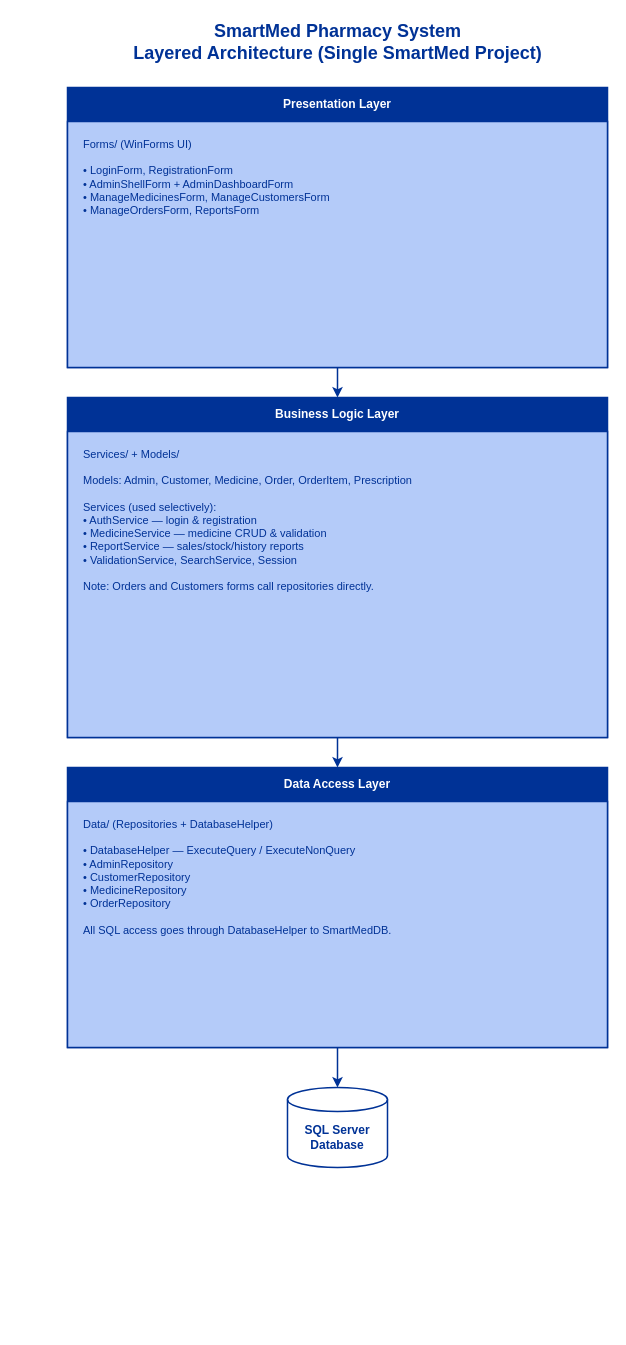
MNSBaanu/SmartMed keeps this draw.io diagram as Docs/Diagrams/Architecture.drawio. Above is the earlier version. Source tidied: cells renumbered, new cells numbered last; positions are measured from the earlier drawing's top-left corner, leaving out a move shared by most shapes. Both pictures are drawn from the tidied source at 100%, with x=0, y=0 at pixel (67, 17).
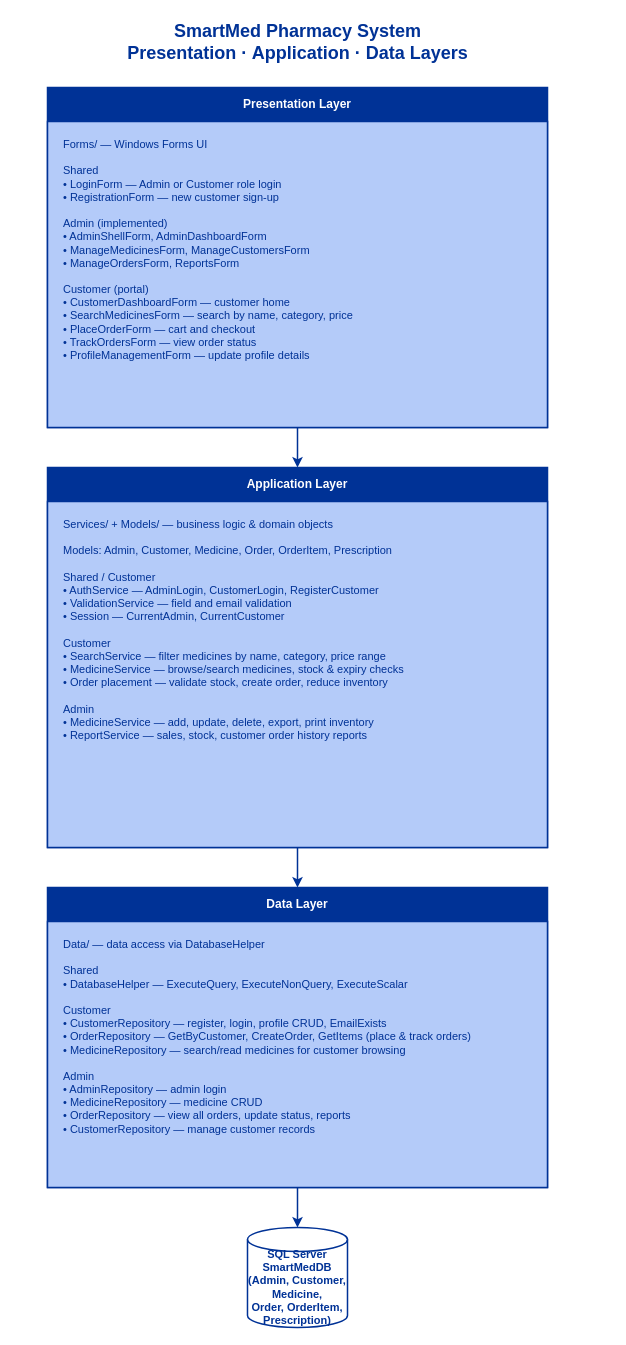
After the change.

Commit message (it also covers changes not shown here):
Update architecture and ER diagrams, enhance SmartMed Report, and refine fill_report.py for clarity

Diff of the diagram source:
```diff
@@
 <mxGraphModel>
   <root>
     <mxCell id="0" />
     <mxCell id="1" parent="0" />
-    <mxCell id="2" value="SmartMed Pharmacy System&#10;Layered Architecture (Single SmartMed Project)" style="text;html=1;strokeColor=none;fillColor=none;align=center;verticalAlign=middle;fontFamily=Helvetica;fontColor=#003296;fontSize=18;fontStyle=1;" parent="1" vertex="1">
-      <mxGeometry width="540" height="50" as="geometry" />
+    <mxCell id="2" value="SmartMed Pharmacy System&#10;Presentation · Application · Data Layers" style="text;html=1;strokeColor=none;fillColor=none;align=center;verticalAlign=middle;fontFamily=Helvetica;fontColor=#003296;fontSize=18;fontStyle=1;" parent="1" vertex="1">
+      <mxGeometry x="-50" width="560" height="50" as="geometry" />
     </mxCell>
     <mxCell id="3" value="Presentation Layer" style="swimlane;fontStyle=1;horizontal=1;startSize=34;fillColor=#003296;fontColor=#ffffff;strokeColor=#003296;strokeWidth=1.5;html=1;whiteSpace=wrap;fontFamily=Helvetica;align=center;" parent="1" vertex="1">
-      <mxGeometry y="70" width="540" height="280" as="geometry" />
+      <mxGeometry x="-20" y="70" width="500" height="340" as="geometry" />
     </mxCell>
-    <mxCell id="4" value="Forms/ (WinForms UI)&#10;&#10;• LoginForm, RegistrationForm&#10;• AdminShellForm + AdminDashboardForm&#10;• ManageMedicinesForm, ManageCustomersForm&#10;• ManageOrdersForm, ReportsForm" style="text;strokeColor=#003296;fillColor=#B4CBF9;align=left;verticalAlign=top;spacingLeft=14;spacingTop=10;fontFamily=Helvetica;fontColor=#003296;fontSize=11;html=1;whiteSpace=wrap;strokeWidth=1.5;" parent="3" vertex="1">
-      <mxGeometry y="34" width="540" height="246" as="geometry" />
+    <mxCell id="4" value="Forms/ — Windows Forms UI&#10;&#10;Shared&#10;• LoginForm — Admin or Customer role login&#10;• RegistrationForm — new customer sign-up&#10;&#10;Admin (implemented)&#10;• AdminShellForm, AdminDashboardForm&#10;• ManageMedicinesForm, ManageCustomersForm&#10;• ManageOrdersForm, ReportsForm&#10;&#10;Customer (portal)&#10;• CustomerDashboardForm — customer home&#10;• SearchMedicinesForm — search by name, category, price&#10;• PlaceOrderForm — cart and checkout&#10;• TrackOrdersForm — view order status&#10;• ProfileManagementForm — update profile details" style="text;strokeColor=#003296;fillColor=#B4CBF9;align=left;verticalAlign=top;spacingLeft=14;spacingTop=10;fontFamily=Helvetica;fontColor=#003296;fontSize=11;html=1;whiteSpace=wrap;strokeWidth=1.5;" parent="3" vertex="1">
+      <mxGeometry y="34" width="500" height="306" as="geometry" />
     </mxCell>
-    <mxCell id="5" style="endArrow=classic;html=1;strokeColor=#003296;strokeWidth=1.5;fontFamily=Helvetica;exitX=0.5;exitY=1;exitDx=0;exitDy=0;entryX=0.5;entryY=0;entryDx=0;entryDy=0;" parent="1" edge="1" source="3" target="6">
+    <mxCell id="5" style="endArrow=classic;html=1;strokeColor=#003296;strokeWidth=1.5;fontFamily=Helvetica;exitX=0.5;exitY=1;exitDx=0;exitDy=0;entryX=0.5;entryY=0;entryDx=0;entryDy=0;" parent="1" edge="1" source="3" target="13">
       <mxGeometry relative="1" as="geometry" />
     </mxCell>
-    <mxCell id="6" value="Business Logic Layer" style="swimlane;fontStyle=1;horizontal=1;startSize=34;fillColor=#003296;fontColor=#ffffff;strokeColor=#003296;strokeWidth=1.5;html=1;whiteSpace=wrap;fontFamily=Helvetica;align=center;" parent="1" vertex="1">
-      <mxGeometry y="380" width="540" height="340" as="geometry" />
-    </mxCell>
-    <mxCell id="7" value="Services/ + Models/&#10;&#10;Models: Admin, Customer, Medicine, Order, OrderItem, Prescription&#10;&#10;Services (used selectively):&#10;• AuthService — login &amp; registration&#10;• MedicineService — medicine CRUD &amp; validation&#10;• ReportService — sales/stock/history reports&#10;• ValidationService, SearchService, Session&#10;&#10;Note: Orders and Customers forms call repositories directly." style="text;strokeColor=#003296;fillColor=#B4CBF9;align=left;verticalAlign=top;spacingLeft=14;spacingTop=10;fontFamily=Helvetica;fontColor=#003296;fontSize=11;html=1;whiteSpace=wrap;strokeWidth=1.5;" parent="6" vertex="1">
-      <mxGeometry y="34" width="540" height="306" as="geometry" />
-    </mxCell>
+    <mxCell id="13" value="Application Layer" style="swimlane;fontStyle=1;horizontal=1;startSize=34;fillColor=#003296;fontColor=#ffffff;strokeColor=#003296;strokeWidth=1.5;html=1;whiteSpace=wrap;fontFamily=Helvetica;align=center;" parent="1" vertex="1">
+      <mxGeometry x="-20" y="450" width="500" height="380" as="geometry" />
+    </mxCell>
+    <mxCell id="14" value="Services/ + Models/ — business logic &amp; domain objects&#10;&#10;Models: Admin, Customer, Medicine, Order, OrderItem, Prescription&#10;&#10;Shared / Customer&#10;• AuthService — AdminLogin, CustomerLogin, RegisterCustomer&#10;• ValidationService — field and email validation&#10;• Session — CurrentAdmin, CurrentCustomer&#10;&#10;Customer&#10;• SearchService — filter medicines by name, category, price range&#10;• MedicineService — browse/search medicines, stock &amp; expiry checks&#10;• Order placement — validate stock, create order, reduce inventory&#10;&#10;Admin&#10;• MedicineService — add, update, delete, export, print inventory&#10;• ReportService — sales, stock, customer order history reports" style="text;strokeColor=#003296;fillColor=#B4CBF9;align=left;verticalAlign=top;spacingLeft=14;spacingTop=10;fontFamily=Helvetica;fontColor=#003296;fontSize=11;html=1;whiteSpace=wrap;strokeWidth=1.5;" parent="13" vertex="1">
+      <mxGeometry y="34" width="500" height="346" as="geometry" />
+    </mxCell>
-    <mxCell id="8" style="endArrow=classic;html=1;strokeColor=#003296;strokeWidth=1.5;fontFamily=Helvetica;exitX=0.5;exitY=1;exitDx=0;exitDy=0;entryX=0.5;entryY=0;entryDx=0;entryDy=0;" parent="1" edge="1" source="6" target="9">
+    <mxCell id="8" style="endArrow=classic;html=1;strokeColor=#003296;strokeWidth=1.5;fontFamily=Helvetica;exitX=0.5;exitY=1;exitDx=0;exitDy=0;entryX=0.5;entryY=0;entryDx=0;entryDy=0;" parent="1" edge="1" source="13" target="15">
       <mxGeometry relative="1" as="geometry" />
     </mxCell>
-    <mxCell id="9" value="Data Access Layer" style="swimlane;fontStyle=1;horizontal=1;startSize=34;fillColor=#003296;fontColor=#ffffff;strokeColor=#003296;strokeWidth=1.5;html=1;whiteSpace=wrap;fontFamily=Helvetica;align=center;" parent="1" vertex="1">
-      <mxGeometry y="750" width="540" height="280" as="geometry" />
-    </mxCell>
-    <mxCell id="10" value="Data/ (Repositories + DatabaseHelper)&#10;&#10;• DatabaseHelper — ExecuteQuery / ExecuteNonQuery&#10;• AdminRepository&#10;• CustomerRepository&#10;• MedicineRepository&#10;• OrderRepository&#10;&#10;All SQL access goes through DatabaseHelper to SmartMedDB." style="text;strokeColor=#003296;fillColor=#B4CBF9;align=left;verticalAlign=top;spacingLeft=14;spacingTop=10;fontFamily=Helvetica;fontColor=#003296;fontSize=11;html=1;whiteSpace=wrap;strokeWidth=1.5;" parent="9" vertex="1">
-      <mxGeometry y="34" width="540" height="246" as="geometry" />
-    </mxCell>
+    <mxCell id="15" value="Data Layer" style="swimlane;fontStyle=1;horizontal=1;startSize=34;fillColor=#003296;fontColor=#ffffff;strokeColor=#003296;strokeWidth=1.5;html=1;whiteSpace=wrap;fontFamily=Helvetica;align=center;" parent="1" vertex="1">
+      <mxGeometry x="-20" y="870" width="500" height="300" as="geometry" />
+    </mxCell>
+    <mxCell id="16" value="Data/ — data access via DatabaseHelper&#10;&#10;Shared&#10;• DatabaseHelper — ExecuteQuery, ExecuteNonQuery, ExecuteScalar&#10;&#10;Customer&#10;• CustomerRepository — register, login, profile CRUD, EmailExists&#10;• OrderRepository — GetByCustomer, CreateOrder, GetItems (place &amp; track orders)&#10;• MedicineRepository — search/read medicines for customer browsing&#10;&#10;Admin&#10;• AdminRepository — admin login&#10;• MedicineRepository — medicine CRUD&#10;• OrderRepository — view all orders, update status, reports&#10;• CustomerRepository — manage customer records" style="text;strokeColor=#003296;fillColor=#B4CBF9;align=left;verticalAlign=top;spacingLeft=14;spacingTop=10;fontFamily=Helvetica;fontColor=#003296;fontSize=11;html=1;whiteSpace=wrap;strokeWidth=1.5;" parent="15" vertex="1">
+      <mxGeometry y="34" width="500" height="266" as="geometry" />
+    </mxCell>
-    <mxCell id="11" style="endArrow=classic;html=1;strokeColor=#003296;strokeWidth=1.5;fontFamily=Helvetica;exitX=0.5;exitY=1;exitDx=0;exitDy=0;entryX=0.5;entryY=0;entryDx=0;entryDy=0;entryPerimeter=0;" parent="1" edge="1" source="9" target="12">
+    <mxCell id="11" style="endArrow=classic;html=1;strokeColor=#003296;strokeWidth=1.5;fontFamily=Helvetica;exitX=0.5;exitY=1;exitDx=0;exitDy=0;entryX=0.5;entryY=0;entryDx=0;entryDy=0;entryPerimeter=0;" parent="1" edge="1" source="15" target="12">
       <mxGeometry relative="1" as="geometry" />
     </mxCell>
-    <mxCell id="12" value="SQL Server&#10;Database" style="shape=cylinder3;whiteSpace=wrap;html=1;boundedLbl=1;backgroundOutline=1;size=12;fillColor=#ffffff;strokeColor=#003296;fontColor=#003296;fontSize=12;fontStyle=1;fontFamily=Helvetica;strokeWidth=1.5;" parent="1" vertex="1">
-      <mxGeometry x="220" y="1070" width="100" height="80" as="geometry" />
+    <mxCell id="12" value="SQL Server&#10;SmartMedDB&#10;(Admin, Customer, Medicine,&#10;Order, OrderItem, Prescription)" style="shape=cylinder3;whiteSpace=wrap;html=1;boundedLbl=1;backgroundOutline=1;size=12;fillColor=#ffffff;strokeColor=#003296;fontColor=#003296;fontSize=11;fontStyle=1;fontFamily=Helvetica;strokeWidth=1.5;" parent="1" vertex="1">
+      <mxGeometry x="180" y="1210" width="100" height="100" as="geometry" />
     </mxCell>
   </root>
 </mxGraphModel>
```
